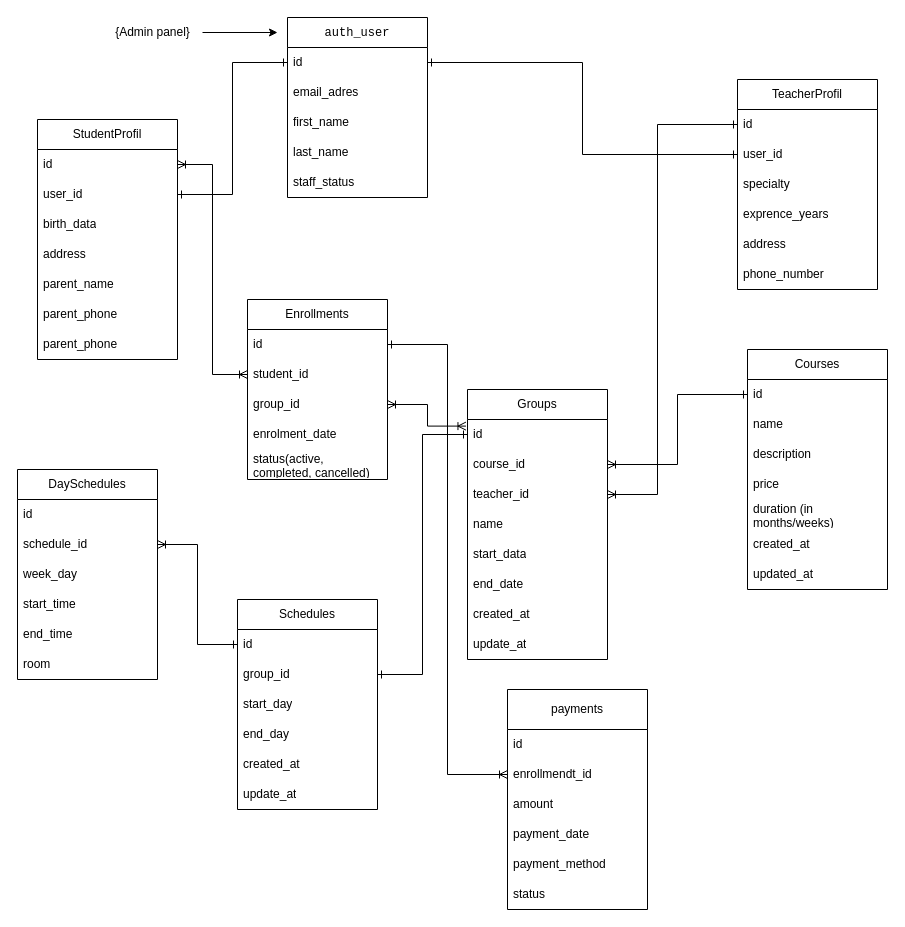
Before: smart_education_db_structure.drawio in yoqubjonov03-dev/SmartEducation, a draw.io diagram. Source tidied: cells renumbered, new cells numbered last; positions are measured from the earlier drawing's top-left corner, leaving out a move shared by most shapes. Both pictures are drawn from the tidied source at 100%, with x=0, y=0 at pixel (17, 17).
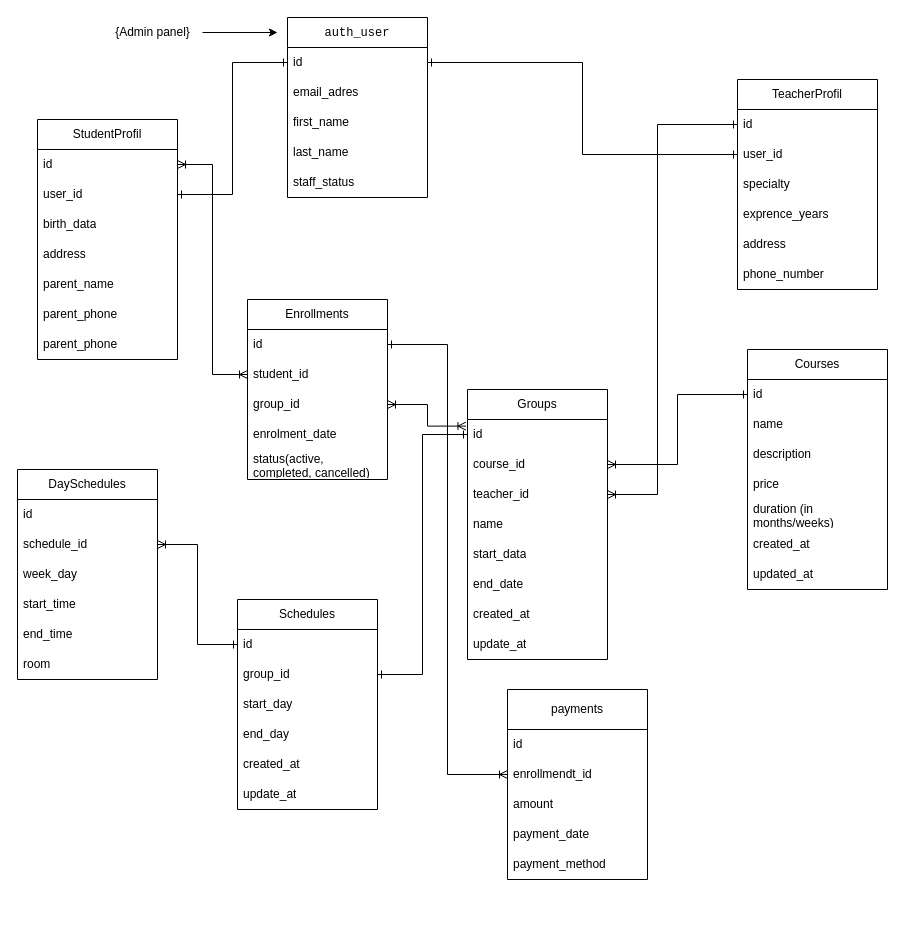
Above is the later version.

What changed in the source:
```diff
@@
     <mxCell id="62" value="payments" style="swimlane;fontStyle=0;horizontal=1;startSize=40;whiteSpace=wrap;html=1;" parent="1" vertex="1">
-      <mxGeometry x="490" y="672" width="140" height="220" as="geometry" />
+      <mxGeometry x="490" y="672" width="140" height="190" as="geometry" />
     </mxCell>
@@
-    <mxCell id="68" value="status" style="text;strokeColor=none;fillColor=none;align=left;verticalAlign=middle;spacingLeft=4;spacingRight=4;overflow=hidden;whiteSpace=wrap;html=1;" parent="62" vertex="1">
-      <mxGeometry y="190" width="140" height="30" as="geometry" />
-    </mxCell>
```
